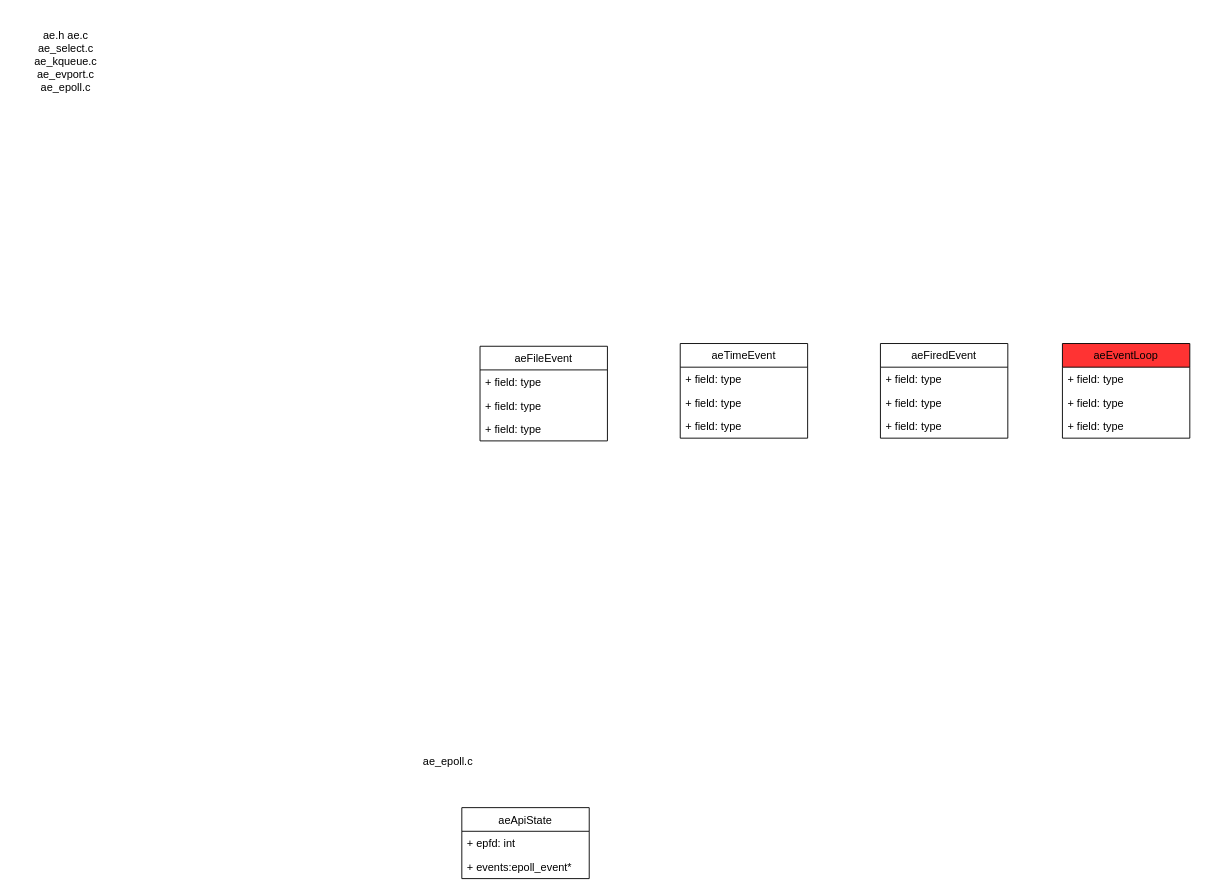
Before: page "ae" (4 of 6) of redis.drawio in tadsimons/draw, a draw.io diagram. Source tidied: cells renumbered, new cells numbered last; positions are measured from the earlier drawing's top-left corner, leaving out a move shared by most shapes. Both pictures are drawn from the tidied source at 91%, with x=0, y=0 at pixel (15, 15).
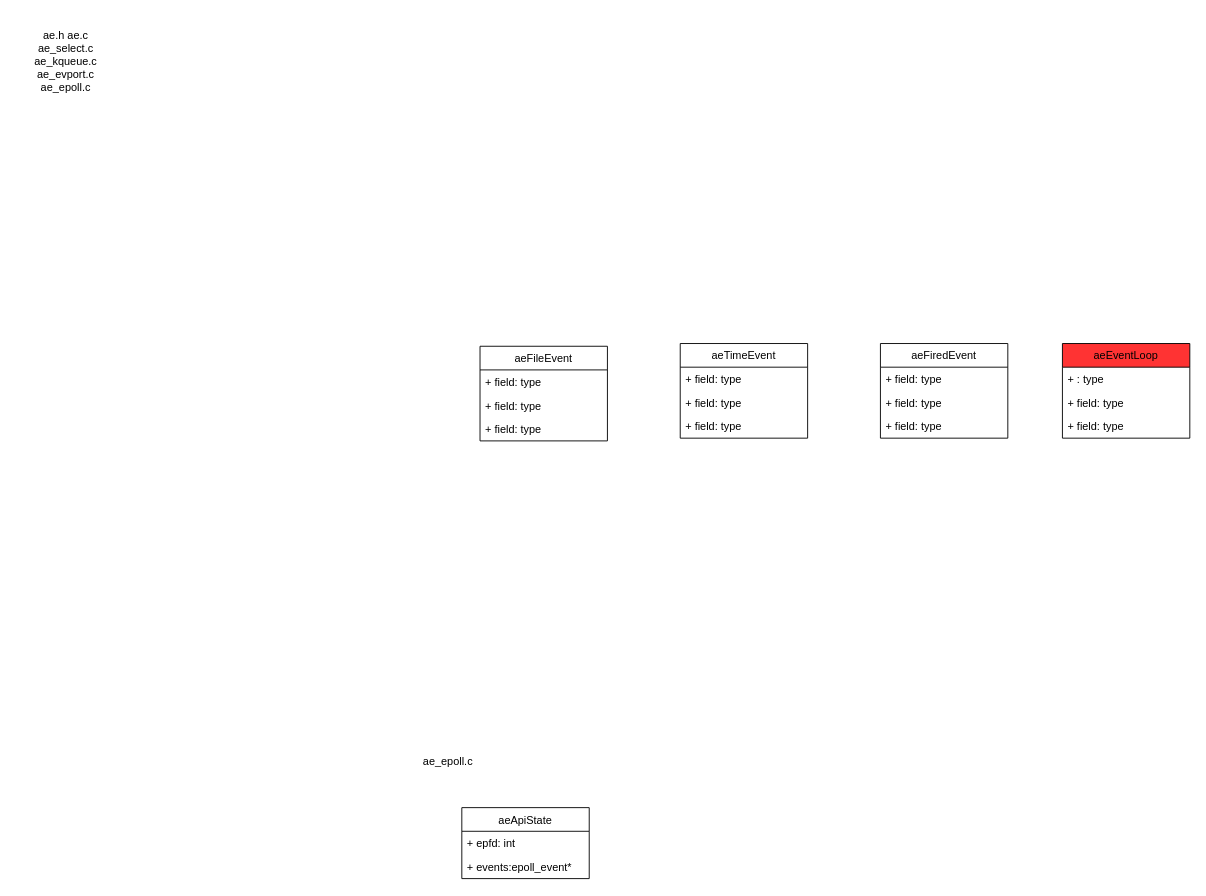
The same diagram, later.

The change refers to these unchanged cells:
```xml
<mxCell id="14" value="aeEventLoop" style="swimlane;fontStyle=0;horizontal=1;startSize=26;fillColor=#FF3333;" parent="1" vertex="1">
  <mxGeometry x="1150" y="360" width="140" height="104" as="geometry" />
</mxCell>
```

Diff of the diagram source:
```diff
@@
-    <mxCell id="15" value="+ field: type" style="text;strokeColor=none;fillColor=none;align=left;verticalAlign=top;spacingLeft=4;spacingRight=4;overflow=hidden;" parent="14" vertex="1">
+    <mxCell id="15" value="+ : type" style="text;strokeColor=none;fillColor=none;align=left;verticalAlign=top;spacingLeft=4;spacingRight=4;overflow=hidden;" parent="14" vertex="1">
       <mxGeometry y="26" width="140" height="26" as="geometry" />
     </mxCell>
```
